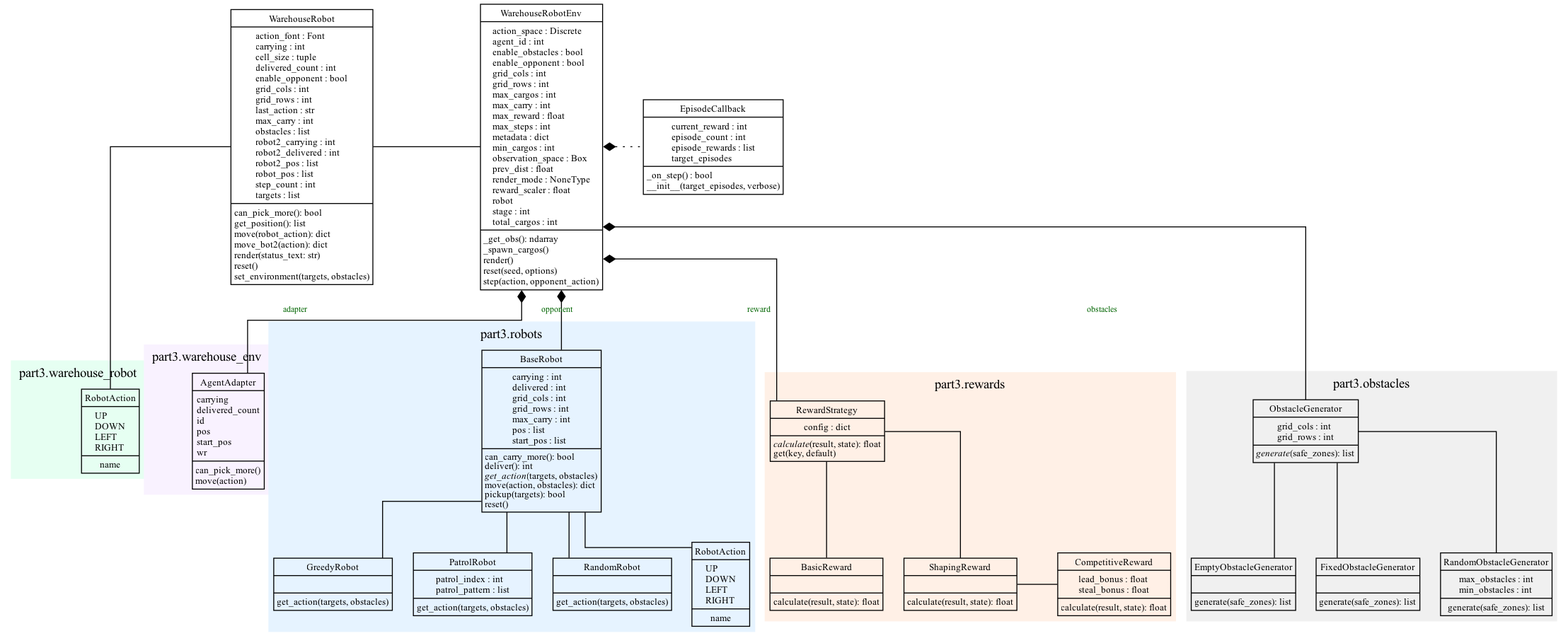
TWCkaijin/OOP-project keeps this Graphviz diagram as classes_Part3.png. Above is the earlier version. Its source is kept beside it as classes_Part3.dot.
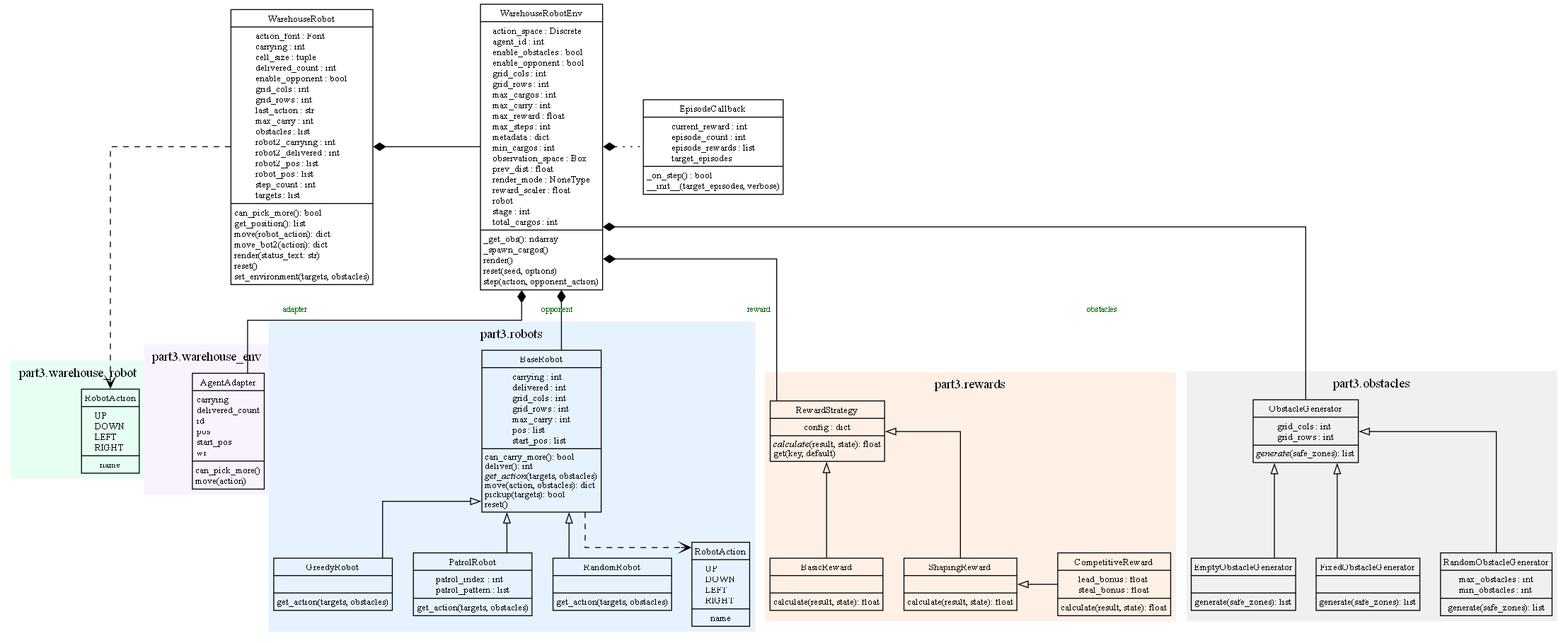
After the commit.

Commit message:
fix: correct UML diagram symbols

The edit, as a diff of the source:
```diff
@@ -96,7 +96,7 @@
 }
 
 
-edge [arrowhead="empty", arrowtail="none", dir=back];
+edge [arrowhead="none", arrowtail="empty", dir=back];
 "part3.obstacles.ObstacleGenerator" -> "part3.obstacles.EmptyObstacleGenerator";
 "part3.obstacles.ObstacleGenerator" -> "part3.obstacles.FixedObstacleGenerator";
 "part3.obstacles.ObstacleGenerator" -> "part3.obstacles.RandomObstacleGenerator";
@@ -118,12 +118,12 @@
 "part3.warehouse_env.WarehouseRobotEnv" -> "part3.obstacles.ObstacleGenerator" [arrowtail=diamond, label="obstacles", dir=back];
 
 edge [dir=none, style="solid"];
-"part3.warehouse_robot.WarehouseRobot" -> "part3.warehouse_env.WarehouseRobotEnv" [label="controlled_by", constraint=true];
+"part3.warehouse_robot.WarehouseRobot" -> "part3.warehouse_env.WarehouseRobotEnv" [label="controlled_by", constraint=true, arrowtail=diamond, dir=back];
 
 edge [style="dotted", label="uses", dir=back, arrowhead="normal"]; // 反向指標，從右指到左
 "part3.warehouse_env.WarehouseRobotEnv" -> "part3.main.train_agent.EpisodeCallback";
 
-edge [style="solid", label="", dir=none];
+edge [style="dashed", label="", dir=forward, arrowhead="open"];
 "part3.warehouse_robot.WarehouseRobot" -> "part3.warehouse_robot.RobotAction";
 "part3.robots.BaseRobot" -> "part3.robots.RobotAction";
 
```
